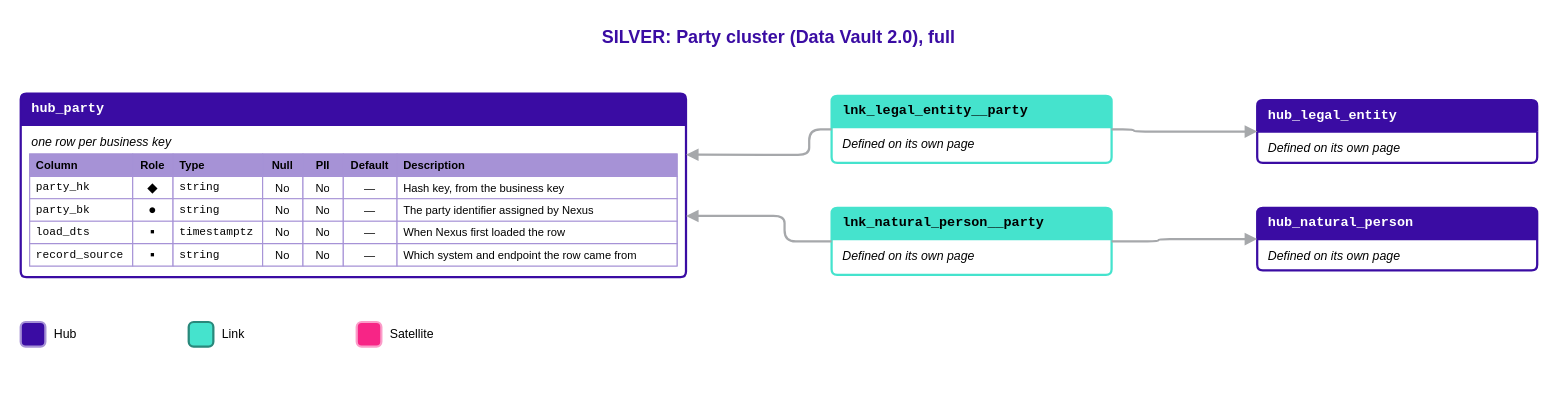
luisruizML/documents keeps this draw.io diagram as Rosetta/Business_Objects/drawio/Diagrams_Party_Full.drawio. Above is the earlier version. Source tidied: cells renumbered, new cells numbered last; positions are measured from the earlier drawing's top-left corner, leaving out a move shared by most shapes. Both pictures are drawn from the tidied source at 112%, with x=0, y=0 at pixel (20, 19).
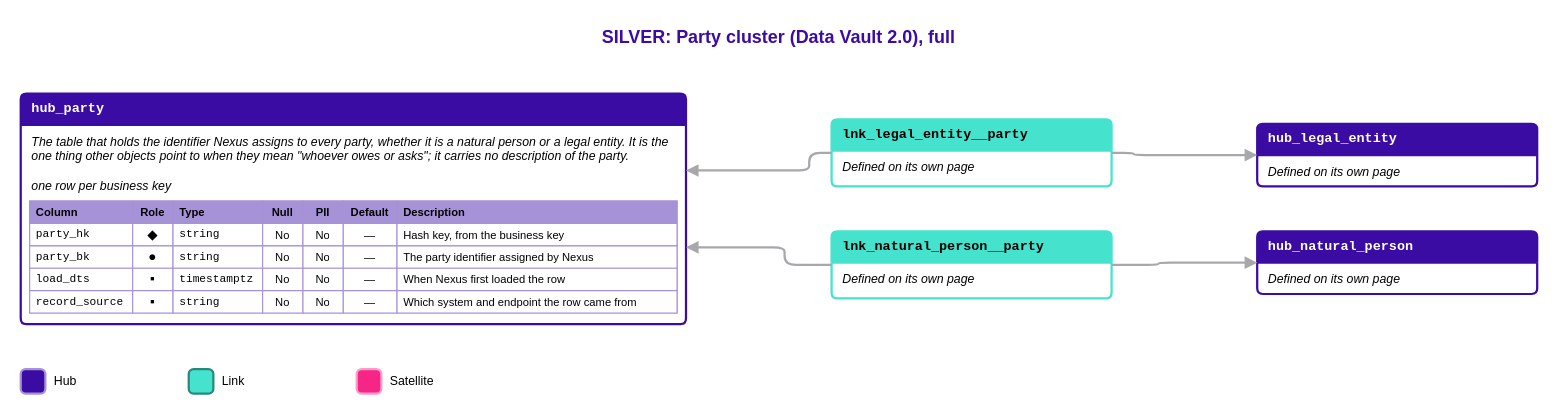
After the change.

The edit, as a diff of the source:
```diff
@@
     <mxCell id="3" value="hub_party" style="swimlane;html=1;whiteSpace=wrap;rounded=1;arcSize=6;startSize=28;fillColor=#3A0CA3;swimlaneFillColor=#FFFFFF;strokeColor=#3A0CA3;strokeWidth=2;fontFamily=Courier New;fontSize=12;fontStyle=1;fontColor=#FFFFFF;align=left;spacingLeft=8;" parent="1" vertex="1">
-      <mxGeometry y="66" width="594" height="164" as="geometry" />
+      <mxGeometry y="66" width="594" height="206" as="geometry" />
     </mxCell>
-    <mxCell id="4" value="one row per business key" style="text;html=1;whiteSpace=wrap;align=left;verticalAlign=top;fontFamily=Arial;fontSize=11;fontStyle=2;fontColor=#000000;spacingLeft=8;spacingRight=8;" parent="3" vertex="1">
-      <mxGeometry y="30" width="594" height="20" as="geometry" />
+    <mxCell id="4" value="The table that holds the identifier Nexus assigns to every party, whether it is a natural person or a legal entity. It is the one thing other objects point to when they mean &quot;whoever owes or asks&quot;; it carries no description of the party.&lt;br&gt;&lt;br&gt;one row per business key" style="text;html=1;whiteSpace=wrap;align=left;verticalAlign=top;fontFamily=Arial;fontSize=11;fontStyle=2;fontColor=#000000;spacingLeft=8;spacingRight=8;" parent="3" vertex="1">
+      <mxGeometry y="30" width="594" height="62" as="geometry" />
     </mxCell>
     <mxCell id="5" style="shape=table;startSize=0;childLayout=tableLayout;fillColor=none;strokeColor=#A692D6;" parent="3" vertex="1">
-      <mxGeometry x="8" y="54" width="578" height="100" as="geometry" />
+      <mxGeometry x="8" y="96" width="578" height="100" as="geometry" />
     </mxCell>
@@
     <mxCell id="46" value="lnk_legal_entity__party" style="swimlane;html=1;whiteSpace=wrap;rounded=1;arcSize=6;startSize=28;fillColor=#45E3CD;swimlaneFillColor=#FFFFFF;strokeColor=#45E3CD;strokeWidth=2;fontFamily=Courier New;fontSize=12;fontStyle=1;fontColor=#000000;align=left;spacingLeft=8;" parent="1" vertex="1">
-      <mxGeometry x="724" y="68" width="250" height="60" as="geometry" />
+      <mxGeometry x="724" y="89" width="250" height="60" as="geometry" />
     </mxCell>
@@
     <mxCell id="48" value="lnk_natural_person__party" style="swimlane;html=1;whiteSpace=wrap;rounded=1;arcSize=6;startSize=28;fillColor=#45E3CD;swimlaneFillColor=#FFFFFF;strokeColor=#45E3CD;strokeWidth=2;fontFamily=Courier New;fontSize=12;fontStyle=1;fontColor=#000000;align=left;spacingLeft=8;" parent="1" vertex="1">
-      <mxGeometry x="724" y="168" width="250" height="60" as="geometry" />
+      <mxGeometry x="724" y="189" width="250" height="60" as="geometry" />
     </mxCell>
@@
     <mxCell id="50" value="hub_legal_entity" style="swimlane;html=1;whiteSpace=wrap;rounded=1;arcSize=6;startSize=28;fillColor=#3A0CA3;swimlaneFillColor=#FFFFFF;strokeColor=#3A0CA3;strokeWidth=2;fontFamily=Courier New;fontSize=12;fontStyle=1;fontColor=#FFFFFF;align=left;spacingLeft=8;" parent="1" vertex="1">
-      <mxGeometry x="1104" y="72" width="250" height="56" as="geometry" />
+      <mxGeometry x="1104" y="93" width="250" height="56" as="geometry" />
     </mxCell>
@@
     <mxCell id="52" value="hub_natural_person" style="swimlane;html=1;whiteSpace=wrap;rounded=1;arcSize=6;startSize=28;fillColor=#3A0CA3;swimlaneFillColor=#FFFFFF;strokeColor=#3A0CA3;strokeWidth=2;fontFamily=Courier New;fontSize=12;fontStyle=1;fontColor=#FFFFFF;align=left;spacingLeft=8;" parent="1" vertex="1">
-      <mxGeometry x="1104" y="168" width="250" height="56" as="geometry" />
+      <mxGeometry x="1104" y="189" width="250" height="56" as="geometry" />
     </mxCell>
@@
     <mxCell id="54" style="edgeStyle=orthogonalEdgeStyle;rounded=1;jumpStyle=arc;jumpSize=8;html=1;strokeColor=#A6A8AB;strokeWidth=2;endArrow=block;endFill=1;exitX=1;exitY=0.5;exitDx=0;exitDy=0;entryX=0;entryY=0.5;entryDx=0;entryDy=0;labelBackgroundColor=#FFFFFF;fontFamily=Courier New;fontSize=11;fontColor=#000000;" parent="1" edge="1" source="46" target="50">
       <mxGeometry x="-0.85" relative="1" as="geometry">
         <Array as="points">
-          <mxPoint x="994" y="98" />
-          <mxPoint x="994" y="100" />
+          <mxPoint x="994" y="119" />
+          <mxPoint x="994" y="121" />
         </Array>
       </mxGeometry>
     </mxCell>
     <mxCell id="55" style="edgeStyle=orthogonalEdgeStyle;rounded=1;jumpStyle=arc;jumpSize=8;html=1;strokeColor=#A6A8AB;strokeWidth=2;endArrow=block;endFill=1;exitX=0;exitY=0.5;exitDx=0;exitDy=0;entryX=1;entryY=0.3333;entryDx=0;entryDy=0;labelBackgroundColor=#FFFFFF;fontFamily=Courier New;fontSize=11;fontColor=#000000;" parent="1" edge="1" source="46" target="3">
-      <mxGeometry x="-0.87" relative="1" as="geometry">
+      <mxGeometry x="-0.86" relative="1" as="geometry">
         <Array as="points">
-          <mxPoint x="704" y="98" />
-          <mxPoint x="704" y="120.7" />
+          <mxPoint x="704" y="119" />
+          <mxPoint x="704" y="134.7" />
         </Array>
       </mxGeometry>
     </mxCell>
     <mxCell id="56" style="edgeStyle=orthogonalEdgeStyle;rounded=1;jumpStyle=arc;jumpSize=8;html=1;strokeColor=#A6A8AB;strokeWidth=2;endArrow=block;endFill=1;exitX=1;exitY=0.5;exitDx=0;exitDy=0;entryX=0;entryY=0.5;entryDx=0;entryDy=0;labelBackgroundColor=#FFFFFF;fontFamily=Courier New;fontSize=11;fontColor=#000000;" parent="1" edge="1" source="48" target="52">
       <mxGeometry x="-0.85" relative="1" as="geometry">
         <Array as="points">
-          <mxPoint x="1016" y="198" />
-          <mxPoint x="1016" y="196" />
+          <mxPoint x="1016" y="219" />
+          <mxPoint x="1016" y="217" />
         </Array>
       </mxGeometry>
     </mxCell>
     <mxCell id="57" style="edgeStyle=orthogonalEdgeStyle;rounded=1;jumpStyle=arc;jumpSize=8;html=1;strokeColor=#A6A8AB;strokeWidth=2;endArrow=block;endFill=1;exitX=0;exitY=0.5;exitDx=0;exitDy=0;entryX=1;entryY=0.6667;entryDx=0;entryDy=0;labelBackgroundColor=#FFFFFF;fontFamily=Courier New;fontSize=11;fontColor=#000000;" parent="1" edge="1" source="48" target="3">
-      <mxGeometry x="-0.87" relative="1" as="geometry">
+      <mxGeometry x="-0.86" relative="1" as="geometry">
         <Array as="points">
-          <mxPoint x="682" y="198" />
-          <mxPoint x="682" y="175.3" />
+          <mxPoint x="682" y="219" />
+          <mxPoint x="682" y="203.3" />
         </Array>
       </mxGeometry>
     </mxCell>
     <mxCell id="58" style="rounded=1;arcSize=20;fillColor=#3A0CA3;strokeColor=#A692D6;strokeWidth=2;" parent="1" vertex="1">
-      <mxGeometry y="270" width="22" height="22" as="geometry" />
+      <mxGeometry y="312" width="22" height="22" as="geometry" />
     </mxCell>
     <mxCell id="59" value="Hub" style="text;html=1;align=left;verticalAlign=middle;fontFamily=Arial;fontSize=11;fontColor=#000000;" parent="1" vertex="1">
-      <mxGeometry x="28" y="270" width="110" height="22" as="geometry" />
+      <mxGeometry x="28" y="312" width="110" height="22" as="geometry" />
     </mxCell>
     <mxCell id="60" style="rounded=1;arcSize=20;fillColor=#45E3CD;strokeColor=#29887B;strokeWidth=2;" parent="1" vertex="1">
-      <mxGeometry x="150" y="270" width="22" height="22" as="geometry" />
+      <mxGeometry x="150" y="312" width="22" height="22" as="geometry" />
     </mxCell>
     <mxCell id="61" value="Link" style="text;html=1;align=left;verticalAlign=middle;fontFamily=Arial;fontSize=11;fontColor=#000000;" parent="1" vertex="1">
-      <mxGeometry x="178" y="270" width="110" height="22" as="geometry" />
+      <mxGeometry x="178" y="312" width="110" height="22" as="geometry" />
     </mxCell>
     <mxCell id="62" style="rounded=1;arcSize=20;fillColor=#F72586;strokeColor=#FB9DC9;strokeWidth=2;" parent="1" vertex="1">
-      <mxGeometry x="300" y="270" width="22" height="22" as="geometry" />
+      <mxGeometry x="300" y="312" width="22" height="22" as="geometry" />
     </mxCell>
     <mxCell id="63" value="Satellite" style="text;html=1;align=left;verticalAlign=middle;fontFamily=Arial;fontSize=11;fontColor=#000000;" parent="1" vertex="1">
-      <mxGeometry x="328" y="270" width="110" height="22" as="geometry" />
+      <mxGeometry x="328" y="312" width="110" height="22" as="geometry" />
     </mxCell>
```
